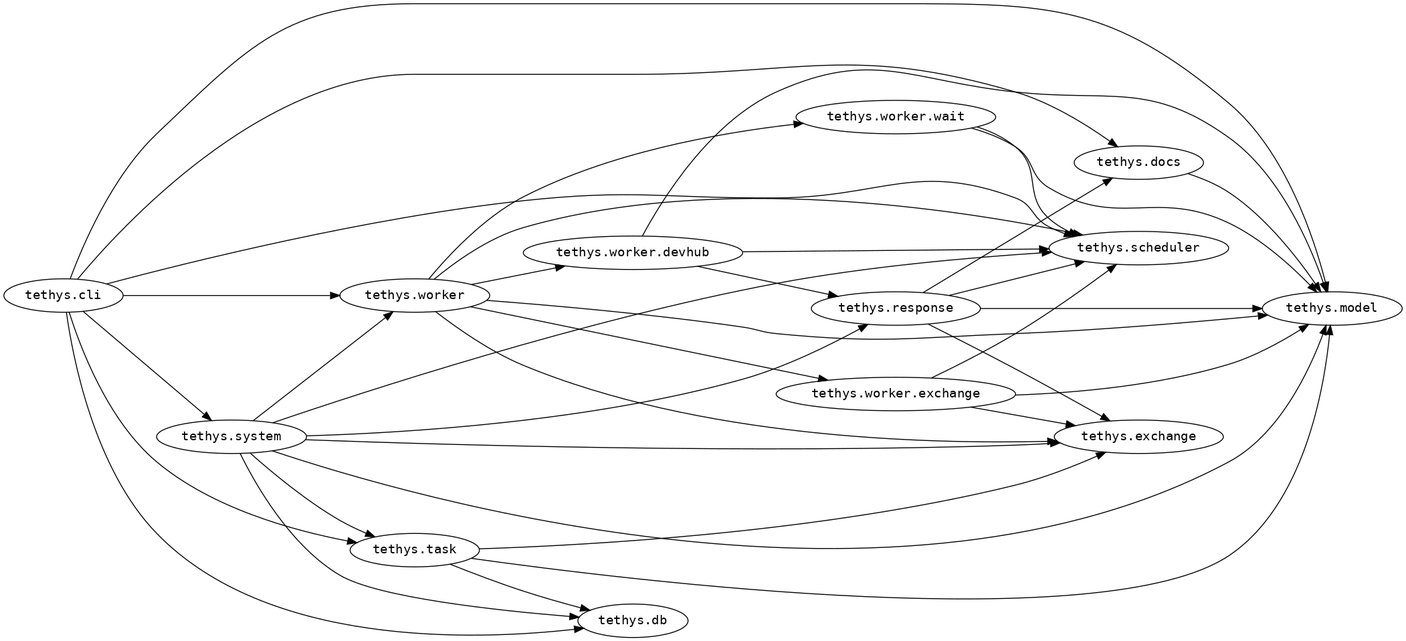
Above: namespaces.png in wactbprot/tethys (Graphviz), before the change. Its source is kept beside it as namespaces.dot.
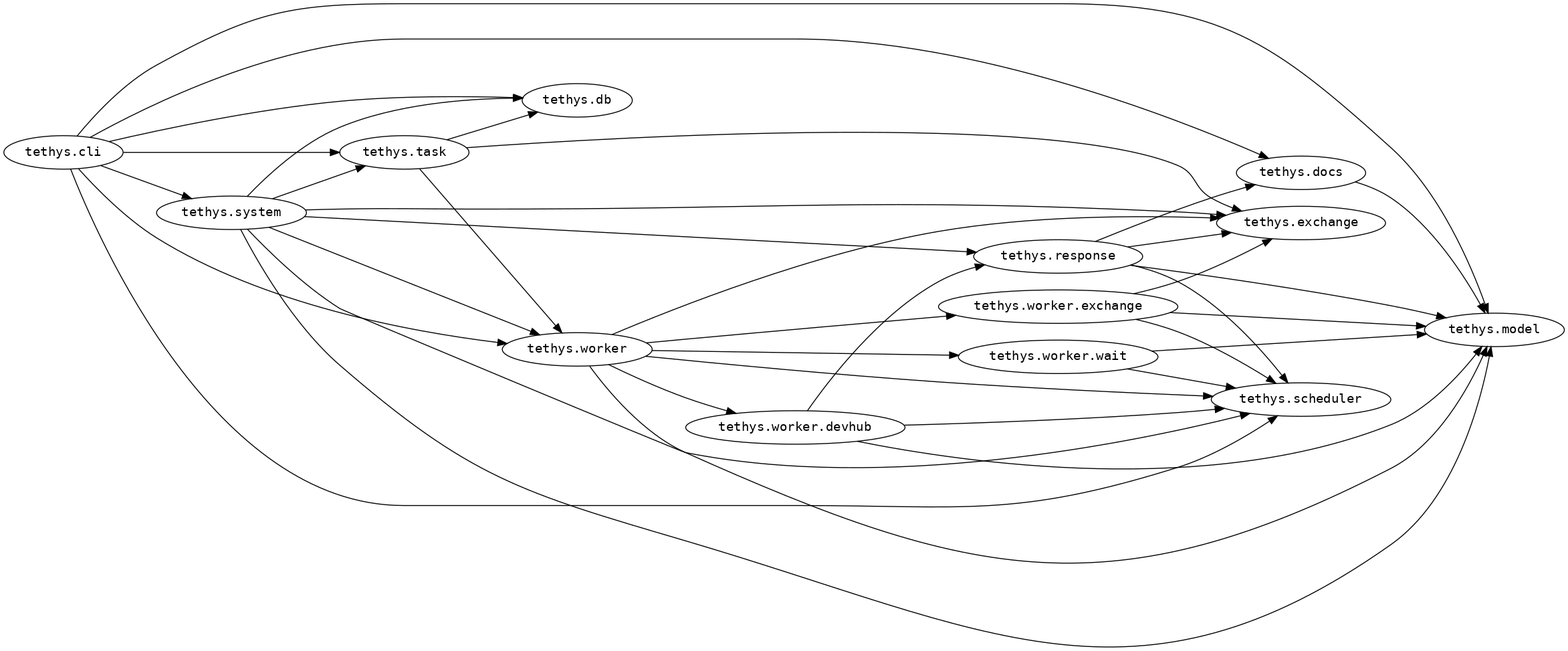
Above is the later version.

The edit, as a diff of the source:
```diff
@@ -3,53 +3,53 @@
 node[fontname="Monospace"]
 edge[fontname="Monospace"]
 
-node1568[label="tethys.docs", style=solid]
-node1569[label="tethys.system", style=solid]
-node1570[label="tethys.response", style=solid]
-node1571[label="tethys.cli", style=solid]
-node1572[label="tethys.task", style=solid]
-node1573[label="tethys.worker.wait", style=solid]
-node1574[label="tethys.worker.exchange", style=solid]
-node1575[label="tethys.exchange", style=solid]
-node1576[label="tethys.worker.devhub", style=solid]
-node1577[label="tethys.db", style=solid]
-node1578[label="tethys.model", style=solid]
-node1579[label="tethys.scheduler", style=solid]
-node1580[label="tethys.worker", style=solid]
-node1568 -> node1578[label=""]
-node1569 -> node1570[label=""]
-node1569 -> node1572[label=""]
-node1569 -> node1575[label=""]
-node1569 -> node1577[label=""]
-node1569 -> node1578[label=""]
-node1569 -> node1579[label=""]
-node1569 -> node1580[label=""]
-node1570 -> node1568[label=""]
-node1570 -> node1575[label=""]
-node1570 -> node1578[label=""]
-node1570 -> node1579[label=""]
-node1571 -> node1568[label=""]
-node1571 -> node1569[label=""]
+node1570[label="tethys.docs", style=solid]
+node1571[label="tethys.system", style=solid]
+node1572[label="tethys.response", style=solid]
+node1573[label="tethys.cli", style=solid]
+node1574[label="tethys.task", style=solid]
+node1575[label="tethys.worker.wait", style=solid]
+node1576[label="tethys.worker.exchange", style=solid]
+node1577[label="tethys.exchange", style=solid]
+node1578[label="tethys.worker.devhub", style=solid]
+node1579[label="tethys.db", style=solid]
+node1580[label="tethys.model", style=solid]
+node1581[label="tethys.scheduler", style=solid]
+node1582[label="tethys.worker", style=solid]
+node1570 -> node1580[label=""]
 node1571 -> node1572[label=""]
+node1571 -> node1574[label=""]
 node1571 -> node1577[label=""]
-node1571 -> node1578[label=""]
 node1571 -> node1579[label=""]
 node1571 -> node1580[label=""]
-node1572 -> node1575[label=""]
+node1571 -> node1581[label=""]
+node1571 -> node1582[label=""]
+node1572 -> node1570[label=""]
 node1572 -> node1577[label=""]
-node1572 -> node1578[label=""]
-node1573 -> node1578[label=""]
+node1572 -> node1580[label=""]
+node1572 -> node1581[label=""]
+node1573 -> node1570[label=""]
+node1573 -> node1571[label=""]
+node1573 -> node1574[label=""]
 node1573 -> node1579[label=""]
-node1574 -> node1575[label=""]
-node1574 -> node1578[label=""]
+node1573 -> node1580[label=""]
+node1573 -> node1581[label=""]
+node1573 -> node1582[label=""]
+node1574 -> node1577[label=""]
 node1574 -> node1579[label=""]
-node1576 -> node1570[label=""]
-node1576 -> node1578[label=""]
-node1576 -> node1579[label=""]
-node1580 -> node1573[label=""]
-node1580 -> node1574[label=""]
-node1580 -> node1575[label=""]
-node1580 -> node1576[label=""]
-node1580 -> node1578[label=""]
-node1580 -> node1579[label=""]
+node1574 -> node1582[label=""]
+node1575 -> node1580[label=""]
+node1575 -> node1581[label=""]
+node1576 -> node1577[label=""]
+node1576 -> node1580[label=""]
+node1576 -> node1581[label=""]
+node1578 -> node1572[label=""]
+node1578 -> node1580[label=""]
+node1578 -> node1581[label=""]
+node1582 -> node1575[label=""]
+node1582 -> node1576[label=""]
+node1582 -> node1577[label=""]
+node1582 -> node1578[label=""]
+node1582 -> node1580[label=""]
+node1582 -> node1581[label=""]
 }
```
